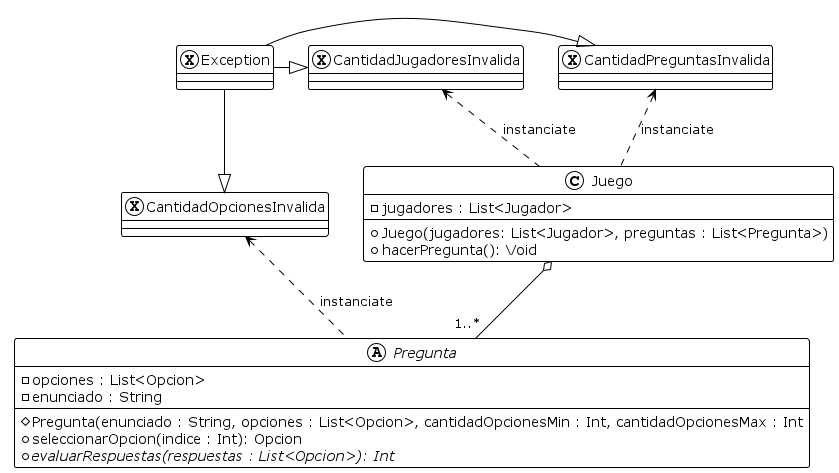
Above: diagrams/classes/clase_excepciones.png in lautiland/TP2-ALGO3-ALGOHOOT (PlantUML), before the change.
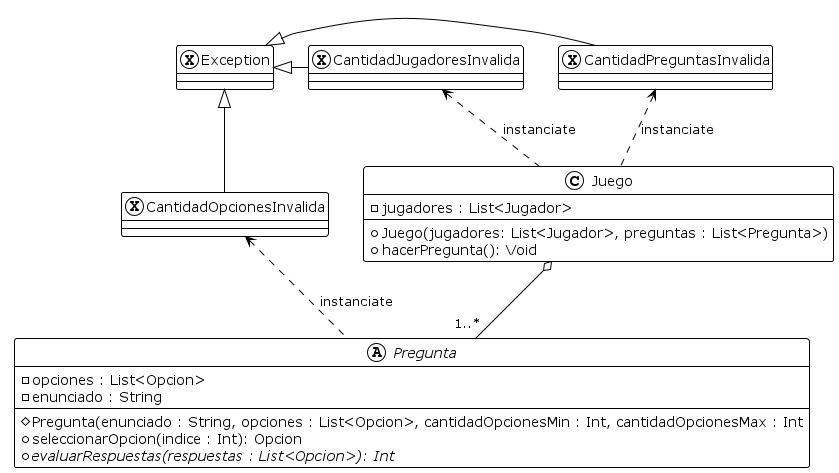
The same diagram one commit later.

Change to the diagram source:
```diff
@@ -26,8 +26,8 @@
 Juego .up.> CantidadPreguntasInvalida : "instanciate"
 Pregunta .up.> CantidadOpcionesInvalida : "instanciate"
 
-CantidadJugadoresInvalida <|-left- Exception
-CantidadOpcionesInvalida <|-up- Exception
-CantidadPreguntasInvalida <|-left- Exception
+CantidadJugadoresInvalida -left-|> Exception
+CantidadOpcionesInvalida -up-|> Exception
+CantidadPreguntasInvalida -left-|> Exception
 
 @enduml
```
